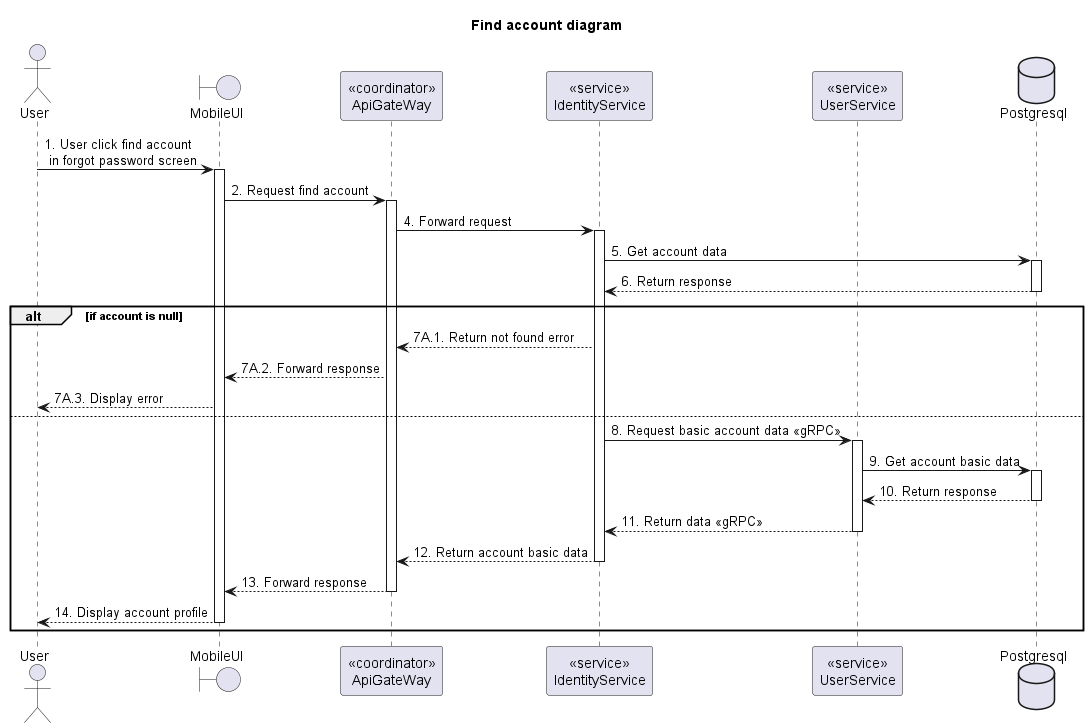
This is doc/SDS/Identity/FindAccount/Sequence.png from Carl-Johnsons/tastopia, a PlantUML export, as it was before one commit.
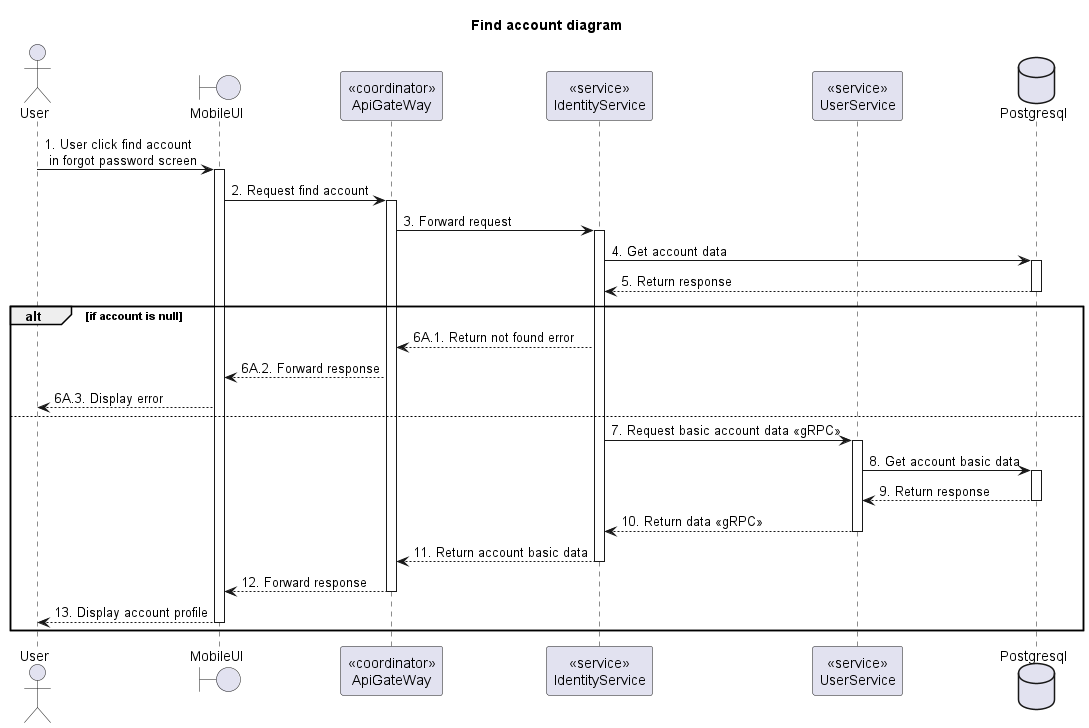
Later version of the same file.

The edit, as a diff of the source:
```diff
@@ -19,22 +19,22 @@
 User -> MobileUI ++: 1. User click find account\n in forgot password screen
 MobileUI -> ApiGateway ++: 2. Request find account
 
-ApiGateway -> IdentityService ++: 4. Forward request
-IdentityService -> Postgresql ++: 5. Get account data
-IdentityService <-- Postgresql --: 6. Return response
+ApiGateway -> IdentityService ++: 3. Forward request
+IdentityService -> Postgresql ++: 4. Get account data
+IdentityService <-- Postgresql --: 5. Return response
 
 alt if account is null
-  ApiGateway <-- IdentityService: 7A.1. Return not found error
-  MobileUI <-- ApiGateway: 7A.2. Forward response
-  User <-- MobileUI: 7A.3. Display error
+  ApiGateway <-- IdentityService: 6A.1. Return not found error
+  MobileUI <-- ApiGateway: 6A.2. Forward response
+  User <-- MobileUI: 6A.3. Display error
 else
-  IdentityService -> UserService++: 8. Request basic account data <<gRPC>>
-  UserService -> Postgresql++: 9. Get account basic data
-  UserService <-- Postgresql--: 10. Return response
-  IdentityService <-- UserService--: 11. Return data <<gRPC>>
-  ApiGateway <-- IdentityService --: 12. Return account basic data
-  MobileUI <-- ApiGateway --: 13. Forward response
-  User <-- MobileUI --: 14. Display account profile
+  IdentityService -> UserService++: 7. Request basic account data <<gRPC>>
+  UserService -> Postgresql++: 8. Get account basic data
+  UserService <-- Postgresql--: 9. Return response
+  IdentityService <-- UserService--: 10. Return data <<gRPC>>
+  ApiGateway <-- IdentityService --: 11. Return account basic data
+  MobileUI <-- ApiGateway --: 12. Forward response
+  User <-- MobileUI --: 13. Display account profile
 end
 
 @enduml
```
